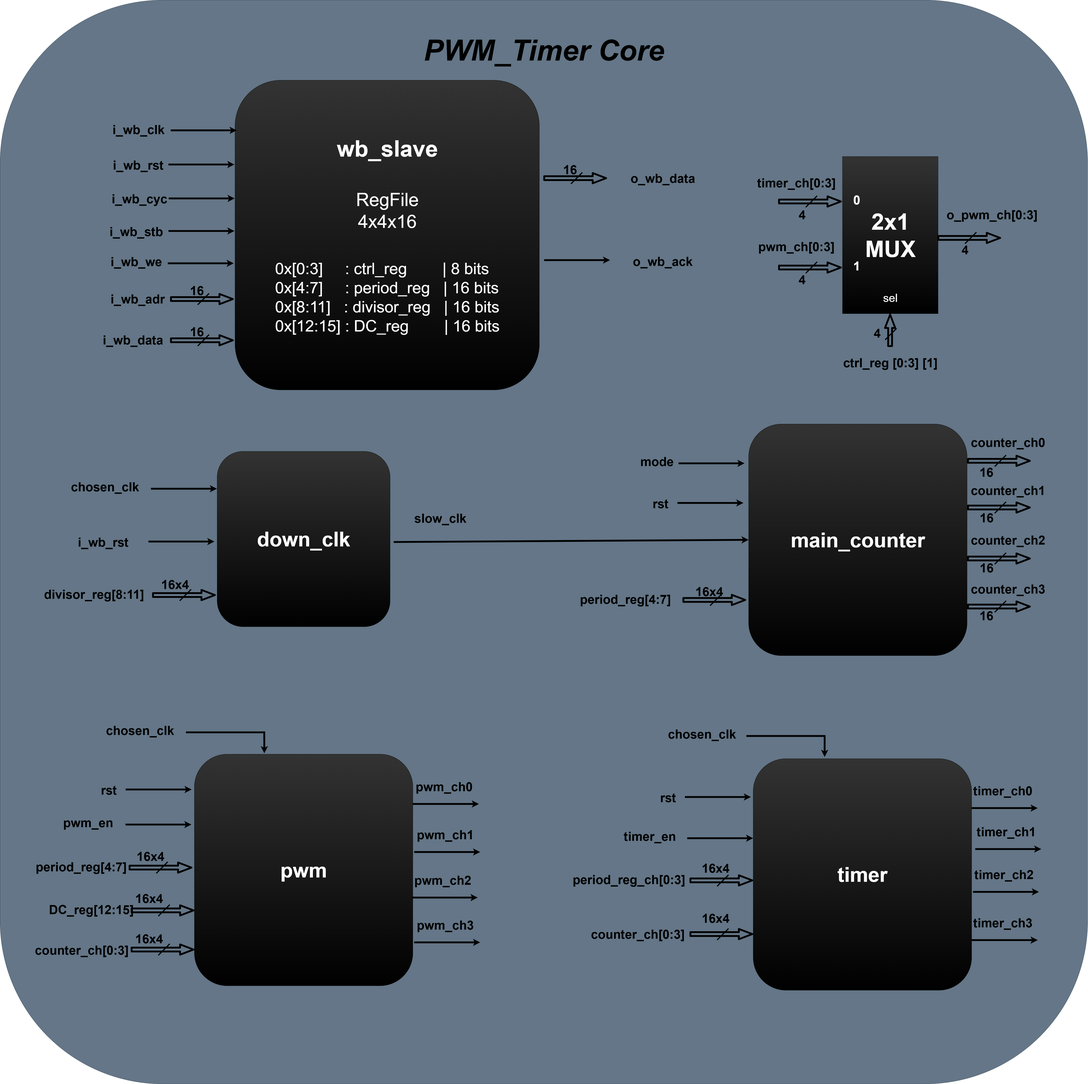
Above: Docs/Block_diagram.png in kareem05-ash/PWM_Timer (draw.io), before the change. Source tidied: cells renumbered, new cells last; positions are measured from the earlier drawing's top-left corner, leaving out a move shared by most shapes.
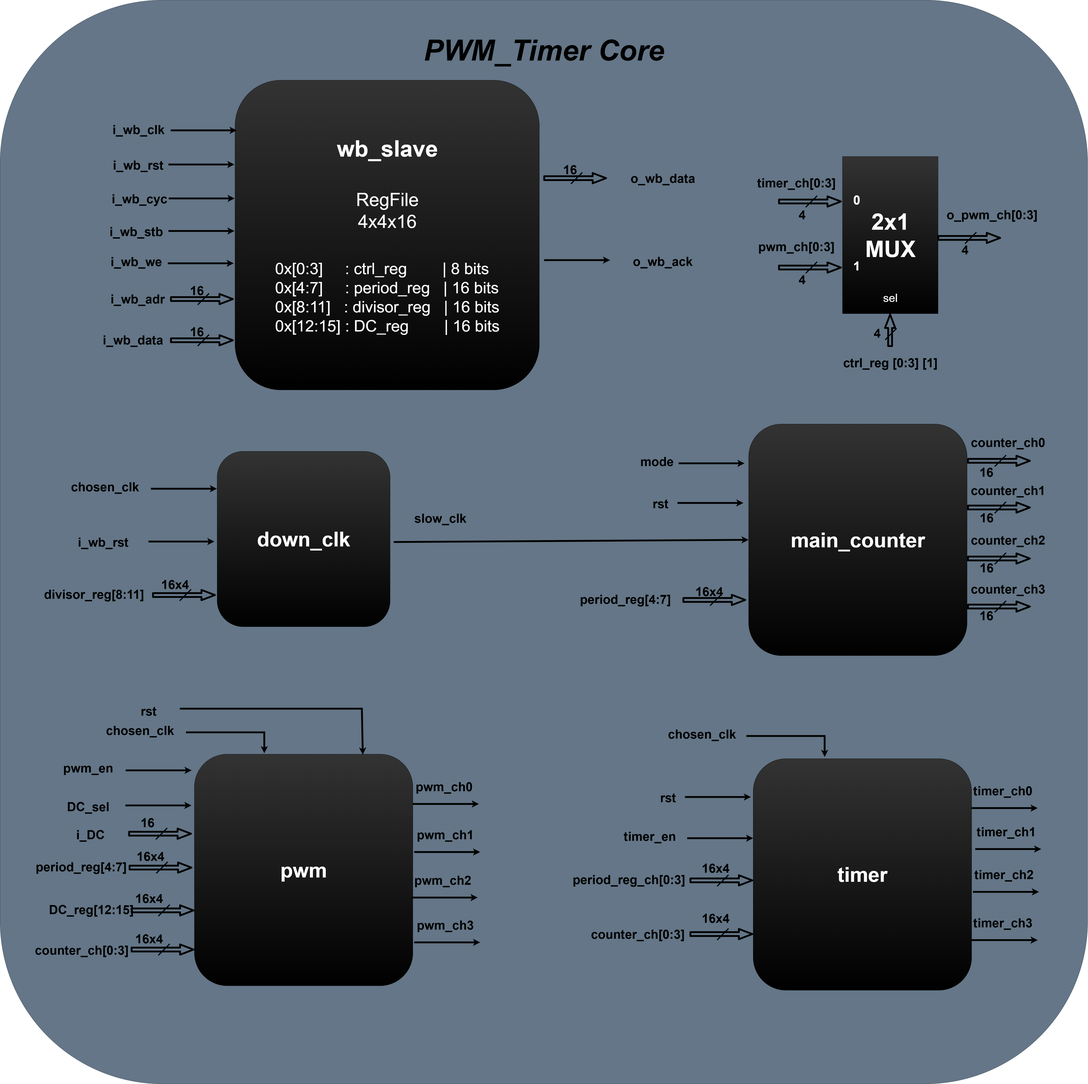
The same file after the commit.

Commit message:
add DC_sel, i_DC as inputs to pwm module

The edit, as a diff of the source:
```diff
@@ -245,21 +245,18 @@
     </mxCell>
     <mxCell id="57" style="endArrow=classic;html=1;rounded=0;strokeWidth=8;fontColor=#000000;fontSize=55;fontStyle=1;" parent="1" edge="1">
       <mxGeometry relative="1" as="geometry">
-        <mxPoint x="552" y="3467" as="sourcePoint" />
-        <mxPoint x="842" y="3467" as="targetPoint" />
+        <mxPoint x="552" y="3383" as="sourcePoint" />
+        <mxPoint x="842" y="3383" as="targetPoint" />
       </mxGeometry>
     </mxCell>
-    <mxCell id="58" value="&lt;font&gt;rst&lt;/font&gt;" style="text;html=1;align=center;verticalAlign=middle;whiteSpace=wrap;rounded=0;fontColor=#000000;fontSize=55;fontStyle=1;" parent="1" vertex="1">
-      <mxGeometry x="341" y="3419" width="274" height="100" as="geometry" />
-    </mxCell>
     <mxCell id="59" style="endArrow=classic;html=1;rounded=0;strokeWidth=8;fontColor=#000000;fontSize=55;fontStyle=1;" parent="1" edge="1">
       <mxGeometry relative="1" as="geometry">
-        <mxPoint x="551" y="3621" as="sourcePoint" />
-        <mxPoint x="841" y="3621" as="targetPoint" />
+        <mxPoint x="551" y="3537" as="sourcePoint" />
+        <mxPoint x="841" y="3537" as="targetPoint" />
       </mxGeometry>
     </mxCell>
     <mxCell id="60" value="&lt;font&gt;pwm_en&lt;/font&gt;" style="text;html=1;align=center;verticalAlign=middle;whiteSpace=wrap;rounded=0;fontColor=#000000;fontSize=55;fontStyle=1;" parent="1" vertex="1">
-      <mxGeometry x="250" y="3562" width="274" height="100" as="geometry" />
+      <mxGeometry x="250" y="3322.2" width="274" height="100" as="geometry" />
     </mxCell>
     <mxCell id="61" style="shape=flexArrow;endArrow=classic;html=1;rounded=1;strokeWidth=8;endSize=17;startSize=10;sourcePerimeterSpacing=10;targetPerimeterSpacing=10;fontColor=#000000;fontSize=55;fontStyle=1;" parent="1" edge="1">
       <mxGeometry relative="1" as="geometry">
@@ -585,5 +582,38 @@
     <mxCell id="133" value="&lt;span&gt;&lt;font&gt;16x4&lt;/font&gt;&lt;/span&gt;" style="text;html=1;align=center;verticalAlign=middle;whiteSpace=wrap;rounded=0;fontColor=#000000;fontSize=55;fontStyle=1;" parent="1" vertex="1">
       <mxGeometry x="744" y="2535.5" width="50" height="60" as="geometry" />
     </mxCell>
+    <mxCell id="134" style="endArrow=classic;html=1;rounded=0;strokeWidth=8;entryX=0.32;entryY=-0.004;entryDx=0;entryDy=0;entryPerimeter=0;fontColor=#000000;fontSize=55;fontStyle=1;" parent="1" edge="1">
+      <mxGeometry relative="1" as="geometry">
+        <mxPoint x="790" y="3112" as="sourcePoint" />
+        <mxPoint x="1594" y="3314" as="targetPoint" />
+        <Array as="points">
+          <mxPoint x="1590" y="3112" />
+        </Array>
+      </mxGeometry>
+    </mxCell>
+    <mxCell id="58" value="&lt;font&gt;rst&lt;/font&gt;" style="text;html=1;align=center;verticalAlign=middle;whiteSpace=wrap;rounded=0;fontColor=#000000;fontSize=55;fontStyle=1;" parent="1" vertex="1">
+      <mxGeometry x="516" y="3072" width="274" height="100" as="geometry" />
+    </mxCell>
+    <mxCell id="135" value="&lt;font&gt;DC_sel&lt;/font&gt;" style="text;html=1;align=center;verticalAlign=middle;whiteSpace=wrap;rounded=0;fontColor=#000000;fontSize=55;fontStyle=1;" parent="1" vertex="1">
+      <mxGeometry x="250" y="3492" width="274" height="100" as="geometry" />
+    </mxCell>
+    <mxCell id="136" style="shape=flexArrow;endArrow=classic;html=1;rounded=1;strokeWidth=8;endSize=17;startSize=10;sourcePerimeterSpacing=10;targetPerimeterSpacing=10;fontColor=#000000;fontSize=55;fontStyle=1;" parent="1" edge="1">
+      <mxGeometry relative="1" as="geometry">
+        <mxPoint x="563" y="3661.2" as="sourcePoint" />
+        <mxPoint x="843" y="3661.2" as="targetPoint" />
+      </mxGeometry>
+    </mxCell>
+    <mxCell id="137" style="endArrow=none;html=1;rounded=0;strokeWidth=5;fontColor=#000000;fontSize=55;fontStyle=1;" parent="1" edge="1">
+      <mxGeometry relative="1" as="geometry">
+        <mxPoint x="684.5" y="3686.2" as="sourcePoint" />
+        <mxPoint x="734.5" y="3636.2" as="targetPoint" />
+      </mxGeometry>
+    </mxCell>
+    <mxCell id="138" value="&lt;span&gt;&lt;font&gt;16&lt;/font&gt;&lt;/span&gt;" style="text;html=1;align=center;verticalAlign=middle;whiteSpace=wrap;rounded=0;fontColor=#000000;fontSize=55;fontStyle=1;" parent="1" vertex="1">
+      <mxGeometry x="623" y="3582" width="50" height="60" as="geometry" />
+    </mxCell>
+    <mxCell id="139" value="&lt;font&gt;i_DC&lt;/font&gt;" style="text;html=1;align=center;verticalAlign=middle;whiteSpace=wrap;rounded=0;fontColor=#000000;fontSize=55;fontStyle=1;" parent="1" vertex="1">
+      <mxGeometry x="260" y="3615.2" width="274" height="100" as="geometry" />
+    </mxCell>
   </root>
 </mxGraphModel>
```
